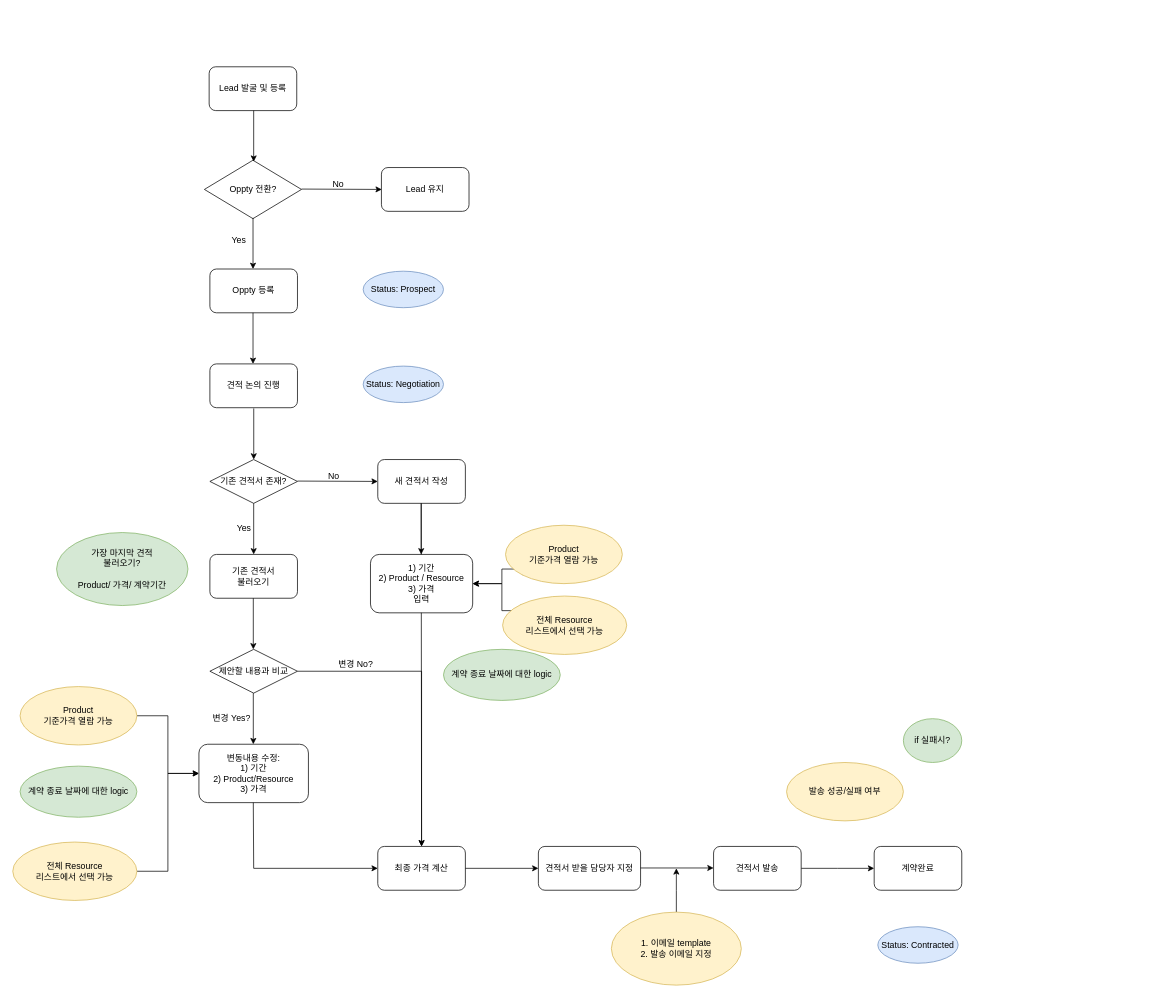
The draw.io diagram page "견적서_process" (7 of 8) of cknet 오브젝트 및 프로세스.drawio in cknet-saleforce/newyork, before the edit. Source tidied: cells renumbered, new cells numbered last; positions are measured from the earlier drawing's top-left corner, leaving out a move shared by most shapes. Both pictures are drawn from the tidied source at 73%, with x=0, y=0 at pixel (12, 66).
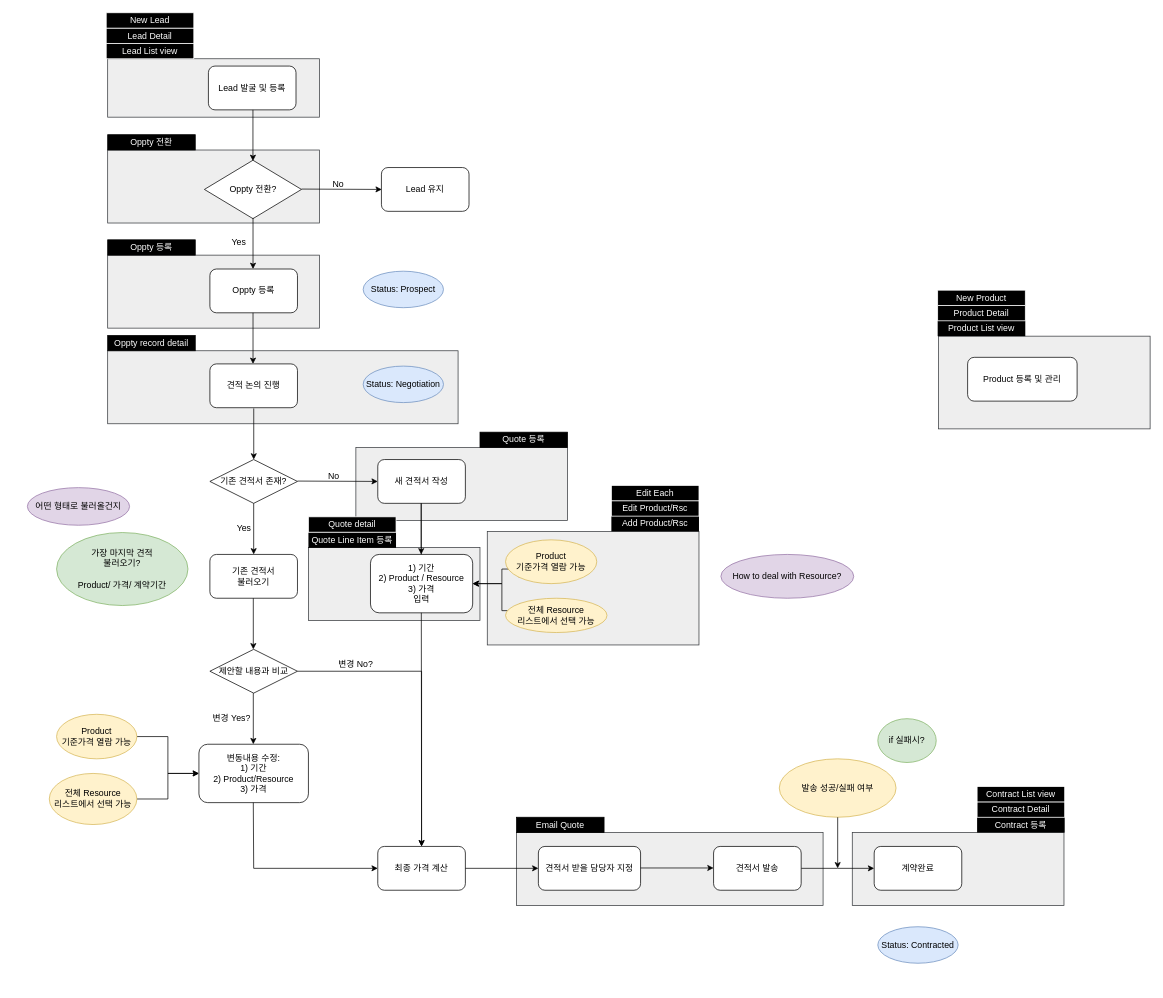
The same diagram, later.

The edit, as a diff of the source:
```diff
@@
+    <mxCell id="57" style="rounded=0;whiteSpace=wrap;html=1;fillColor=#eeeeee;strokeColor=#36393d;" parent="1" vertex="1">
+      <mxGeometry x="1150" y="1049" width="290" height="100" as="geometry" />
+    </mxCell>
+    <mxCell id="58" value="Contract 등록" style="rounded=0;whiteSpace=wrap;html=1;labelBackgroundColor=none;fillColor=#000000;fontColor=#FFFFFF;strokeColor=none;" parent="1" vertex="1">
+      <mxGeometry x="1321" y="1028" width="120" height="21" as="geometry" />
+    </mxCell>
+    <mxCell id="59" style="rounded=0;whiteSpace=wrap;html=1;fillColor=#eeeeee;strokeColor=#36393d;" parent="1" vertex="1">
+      <mxGeometry x="1268" y="369" width="290" height="127" as="geometry" />
+    </mxCell>
+    <mxCell id="60" value="Product List view" style="rounded=0;whiteSpace=wrap;html=1;labelBackgroundColor=none;fillColor=#000000;fontColor=#FFFFFF;strokeColor=none;" parent="1" vertex="1">
+      <mxGeometry x="1267" y="348" width="120" height="21" as="geometry" />
+    </mxCell>
+    <mxCell id="61" value="Product Detail" style="rounded=0;whiteSpace=wrap;html=1;labelBackgroundColor=none;fillColor=#000000;fontColor=#FFFFFF;strokeColor=#FFFFFF;" parent="1" vertex="1">
+      <mxGeometry x="1267" y="327" width="120" height="21" as="geometry" />
+    </mxCell>
+    <mxCell id="62" value="New Product" style="rounded=0;whiteSpace=wrap;html=1;labelBackgroundColor=none;fillColor=#000000;fontColor=#FFFFFF;strokeColor=#FFFFFF;" parent="1" vertex="1">
+      <mxGeometry x="1267" y="306" width="120" height="21" as="geometry" />
+    </mxCell>
+    <mxCell id="63" style="rounded=0;whiteSpace=wrap;html=1;fillColor=#eeeeee;strokeColor=#36393d;" parent="1" vertex="1">
+      <mxGeometry x="690" y="1049" width="420" height="100" as="geometry" />
+    </mxCell>
+    <mxCell id="64" value="Email Quote" style="rounded=0;whiteSpace=wrap;html=1;labelBackgroundColor=none;fillColor=#000000;fontColor=#FFFFFF;" parent="1" vertex="1">
+      <mxGeometry x="690" y="1028" width="120" height="21" as="geometry" />
+    </mxCell>
+    <mxCell id="65" style="rounded=0;whiteSpace=wrap;html=1;fillColor=#eeeeee;strokeColor=#36393d;" parent="1" vertex="1">
+      <mxGeometry x="650" y="636.5" width="290" height="155.5" as="geometry" />
+    </mxCell>
+    <mxCell id="66" style="rounded=0;whiteSpace=wrap;html=1;fillColor=#eeeeee;strokeColor=#36393d;" parent="1" vertex="1">
+      <mxGeometry x="405" y="658.5" width="235" height="100" as="geometry" />
+    </mxCell>
+    <mxCell id="67" value="Quote Line Item 등록" style="rounded=0;whiteSpace=wrap;html=1;labelBackgroundColor=none;fillColor=#000000;fontColor=#FFFFFF;strokeColor=none;" parent="1" vertex="1">
+      <mxGeometry x="405" y="638" width="120" height="21" as="geometry" />
+    </mxCell>
+    <mxCell id="68" style="rounded=0;whiteSpace=wrap;html=1;fillColor=#eeeeee;strokeColor=#36393d;" parent="1" vertex="1">
+      <mxGeometry x="470" y="521.5" width="290" height="100" as="geometry" />
+    </mxCell>
+    <mxCell id="69" value="Quote 등록" style="rounded=0;whiteSpace=wrap;html=1;labelBackgroundColor=none;fillColor=#000000;fontColor=#FFFFFF;" parent="1" vertex="1">
+      <mxGeometry x="640" y="500.5" width="120" height="21" as="geometry" />
+    </mxCell>
+    <mxCell id="70" style="rounded=0;whiteSpace=wrap;html=1;fillColor=#eeeeee;strokeColor=#36393d;" parent="1" vertex="1">
+      <mxGeometry x="130" y="389" width="480" height="100" as="geometry" />
+    </mxCell>
+    <mxCell id="71" style="rounded=0;whiteSpace=wrap;html=1;fillColor=#eeeeee;strokeColor=#36393d;" parent="1" vertex="1">
+      <mxGeometry x="130" y="258" width="290" height="100" as="geometry" />
+    </mxCell>
+    <mxCell id="72" value="Oppty 등록" style="rounded=0;whiteSpace=wrap;html=1;labelBackgroundColor=none;fillColor=#000000;fontColor=#FFFFFF;" parent="1" vertex="1">
+      <mxGeometry x="130" y="237" width="120" height="21" as="geometry" />
+    </mxCell>
+    <mxCell id="73" style="rounded=0;whiteSpace=wrap;html=1;fillColor=#eeeeee;strokeColor=#36393d;" parent="1" vertex="1">
+      <mxGeometry x="130" y="114" width="290" height="100" as="geometry" />
+    </mxCell>
+    <mxCell id="74" value="Oppty 전환" style="rounded=0;whiteSpace=wrap;html=1;labelBackgroundColor=none;fillColor=#000000;fontColor=#FFFFFF;" parent="1" vertex="1">
+      <mxGeometry x="130" y="93" width="120" height="21" as="geometry" />
+    </mxCell>
+    <mxCell id="75" style="rounded=0;whiteSpace=wrap;html=1;fillColor=#eeeeee;strokeColor=#36393d;" parent="1" vertex="1">
+      <mxGeometry x="130" y="-11" width="290" height="80" as="geometry" />
+    </mxCell>
@@
     <mxCell id="28" value="Product&lt;br&gt;기준가격 열람 가능" style="ellipse;whiteSpace=wrap;html=1;fillColor=#fff2cc;strokeColor=#d6b656;" parent="1" vertex="1">
-      <mxGeometry x="10" y="849" width="160" height="80" as="geometry" />
+      <mxGeometry x="60" y="887" width="110" height="61" as="geometry" />
     </mxCell>
@@
     <mxCell id="30" value="전체 Resource&lt;br&gt;리스트에서 선택 가능" style="ellipse;whiteSpace=wrap;html=1;fillColor=#fff2cc;strokeColor=#d6b656;" parent="1" vertex="1">
-      <mxGeometry y="1062" width="170" height="80" as="geometry" />
+      <mxGeometry x="50" y="968" width="120" height="70" as="geometry" />
     </mxCell>
-    <mxCell id="31" style="edgeStyle=orthogonalEdgeStyle;rounded=0;jettySize=auto;html=1;" parent="1" edge="1" source="32">
-      <mxGeometry relative="1" as="geometry">
-        <mxPoint x="909" y="1098" as="targetPoint" />
-      </mxGeometry>
-    </mxCell>
-    <mxCell id="32" value="1. 이메일 template&lt;br&gt;2. 발송 이메일 지정" style="ellipse;whiteSpace=wrap;html=1;fillColor=#fff2cc;strokeColor=#d6b656;" parent="1" vertex="1">
-      <mxGeometry x="820" y="1158" width="178" height="100" as="geometry" />
-    </mxCell>
     <mxCell id="33" value="if 실패시?" style="ellipse;whiteSpace=wrap;html=1;fillColor=#d5e8d4;strokeColor=#82b366;" parent="1" vertex="1">
-      <mxGeometry x="1220" y="893" width="80" height="60" as="geometry" />
+      <mxGeometry x="1185" y="893" width="80" height="60" as="geometry" />
     </mxCell>
-    <mxCell id="34" value="&lt;span&gt;계약 종료 날짜에 대한 logic&lt;br&gt;&lt;/span&gt;" style="ellipse;whiteSpace=wrap;html=1;fillColor=#d5e8d4;strokeColor=#82b366;" parent="1" vertex="1">
-      <mxGeometry x="10" y="958" width="160" height="70" as="geometry" />
-    </mxCell>
-    <mxCell id="35" value="&lt;span&gt;계약 종료 날짜에 대한 logic&lt;br&gt;&lt;/span&gt;" style="ellipse;whiteSpace=wrap;html=1;fillColor=#d5e8d4;strokeColor=#82b366;" parent="1" vertex="1">
-      <mxGeometry x="590" y="798" width="160" height="70" as="geometry" />
-    </mxCell>
@@
     <mxCell id="37" value="Product&lt;br&gt;기준가격 열람 가능" style="ellipse;whiteSpace=wrap;html=1;fillColor=#fff2cc;strokeColor=#d6b656;" parent="1" vertex="1">
-      <mxGeometry x="675" y="628" width="160" height="80" as="geometry" />
+      <mxGeometry x="675" y="648" width="125" height="60" as="geometry" />
     </mxCell>
@@
     <mxCell id="39" value="전체 Resource&lt;br&gt;리스트에서 선택 가능" style="ellipse;whiteSpace=wrap;html=1;fillColor=#fff2cc;strokeColor=#d6b656;" parent="1" vertex="1">
-      <mxGeometry x="671" y="725" width="170" height="80" as="geometry" />
+      <mxGeometry x="675" y="728" width="139" height="47" as="geometry" />
     </mxCell>
     <mxCell id="40" value="Lead 발굴 및 등록" style="rounded=1;whiteSpace=wrap;html=1;" parent="1" vertex="1">
-      <mxGeometry x="269" width="120" height="60" as="geometry" />
+      <mxGeometry x="268" y="-1" width="120" height="60" as="geometry" />
     </mxCell>
@@
     <mxCell id="46" value="발송 성공/실패 여부" style="ellipse;whiteSpace=wrap;html=1;fillColor=#fff2cc;strokeColor=#d6b656;" parent="1" vertex="1">
-      <mxGeometry x="1060" y="953" width="160" height="80" as="geometry" />
+      <mxGeometry x="1050" y="948" width="160" height="80" as="geometry" />
     </mxCell>
@@
     <mxCell id="52" style="endArrow=classic;html=1;rounded=0;entryX=0.5;entryY=0;entryDx=0;entryDy=0;exitX=0.5;exitY=1;exitDx=0;exitDy=0;" parent="1" edge="1">
       <mxGeometry relative="1" as="geometry">
-        <mxPoint x="330" y="60" as="sourcePoint" />
-        <mxPoint x="330" y="130" as="targetPoint" />
+        <mxPoint x="329" y="59" as="sourcePoint" />
+        <mxPoint x="329" y="129" as="targetPoint" />
       </mxGeometry>
     </mxCell>
     <mxCell id="53" value="Yes" style="text;html=1;strokeColor=none;fillColor=none;align=center;verticalAlign=middle;whiteSpace=wrap;rounded=0;" parent="1" vertex="1">
-      <mxGeometry x="280" y="223" width="60" height="30" as="geometry" />
+      <mxGeometry x="280" y="223" width="60" height="35" as="geometry" />
     </mxCell>
@@
+    <mxCell id="76" style="endArrow=classic;html=1;rounded=0;entryX=0.5;entryY=0;entryDx=0;entryDy=0;exitX=0.5;exitY=1;exitDx=0;exitDy=0;" parent="1" edge="1">
+      <mxGeometry relative="1" as="geometry">
+        <mxPoint x="1130" y="1028" as="sourcePoint" />
+        <mxPoint x="1130" y="1098" as="targetPoint" />
+      </mxGeometry>
+    </mxCell>
+    <mxCell id="77" value="Oppty record detail" style="rounded=0;whiteSpace=wrap;html=1;labelBackgroundColor=none;fillColor=#000000;fontColor=#FFFFFF;" parent="1" vertex="1">
+      <mxGeometry x="130" y="368" width="120" height="21" as="geometry" />
+    </mxCell>
+    <mxCell id="78" value="Add Product/Rsc" style="rounded=0;whiteSpace=wrap;html=1;labelBackgroundColor=none;fillColor=#000000;fontColor=#FFFFFF;strokeColor=none;" parent="1" vertex="1">
+      <mxGeometry x="820" y="615.5" width="120" height="21" as="geometry" />
+    </mxCell>
+    <mxCell id="79" value="Quote detail" style="rounded=0;whiteSpace=wrap;html=1;labelBackgroundColor=none;fillColor=#000000;fontColor=#FFFFFF;strokeColor=#FFFFFF;" parent="1" vertex="1">
+      <mxGeometry x="405" y="616.5" width="120" height="21" as="geometry" />
+    </mxCell>
+    <mxCell id="80" value="How to deal with Resource?" style="ellipse;whiteSpace=wrap;html=1;fillColor=#e1d5e7;strokeColor=#9673a6;" parent="1" vertex="1">
+      <mxGeometry x="970" y="668" width="182" height="60" as="geometry" />
+    </mxCell>
+    <mxCell id="81" value="Edit Product/Rsc" style="rounded=0;whiteSpace=wrap;html=1;labelBackgroundColor=none;fillColor=#000000;fontColor=#FFFFFF;strokeColor=#FFFFFF;" parent="1" vertex="1">
+      <mxGeometry x="820" y="594.5" width="120" height="21" as="geometry" />
+    </mxCell>
+    <mxCell id="82" value="Edit Each" style="rounded=0;whiteSpace=wrap;html=1;labelBackgroundColor=none;fillColor=#000000;fontColor=#FFFFFF;strokeColor=#FFFFFF;" parent="1" vertex="1">
+      <mxGeometry x="820" y="573.5" width="120" height="21" as="geometry" />
+    </mxCell>
+    <mxCell id="83" value="Product 등록 및 관리" style="rounded=1;whiteSpace=wrap;html=1;" parent="1" vertex="1">
+      <mxGeometry x="1308" y="398" width="150" height="60" as="geometry" />
+    </mxCell>
+    <mxCell id="84" value="어떤 형태로 불러올건지" style="ellipse;whiteSpace=wrap;html=1;fillColor=#e1d5e7;strokeColor=#9673a6;" parent="1" vertex="1">
+      <mxGeometry x="20" y="576.5" width="140" height="51.5" as="geometry" />
+    </mxCell>
+    <mxCell id="85" value="Contract Detail" style="rounded=0;whiteSpace=wrap;html=1;labelBackgroundColor=none;fillColor=#000000;fontColor=#FFFFFF;strokeColor=#FFFFFF;" parent="1" vertex="1">
+      <mxGeometry x="1321" y="1007" width="120" height="21" as="geometry" />
+    </mxCell>
+    <mxCell id="86" value="Contract List view" style="rounded=0;whiteSpace=wrap;html=1;labelBackgroundColor=none;fillColor=#000000;fontColor=#FFFFFF;strokeColor=#FFFFFF;" parent="1" vertex="1">
+      <mxGeometry x="1321" y="986" width="120" height="21" as="geometry" />
+    </mxCell>
+    <mxCell id="87" value="Lead List view" style="rounded=0;whiteSpace=wrap;html=1;labelBackgroundColor=none;fillColor=#000000;fontColor=#FFFFFF;strokeColor=#FFFFFF;" parent="1" vertex="1">
+      <mxGeometry x="128" y="-32" width="120" height="21" as="geometry" />
+    </mxCell>
+    <mxCell id="88" value="Lead Detail" style="rounded=0;whiteSpace=wrap;html=1;labelBackgroundColor=none;fillColor=#000000;fontColor=#FFFFFF;strokeColor=#FFFFFF;" parent="1" vertex="1">
+      <mxGeometry x="128" y="-53" width="120" height="21" as="geometry" />
+    </mxCell>
+    <mxCell id="89" value="New Lead" style="rounded=0;whiteSpace=wrap;html=1;labelBackgroundColor=none;fillColor=#000000;fontColor=#FFFFFF;strokeColor=#FFFFFF;" parent="1" vertex="1">
+      <mxGeometry x="128" y="-74" width="120" height="21" as="geometry" />
+    </mxCell>
```
